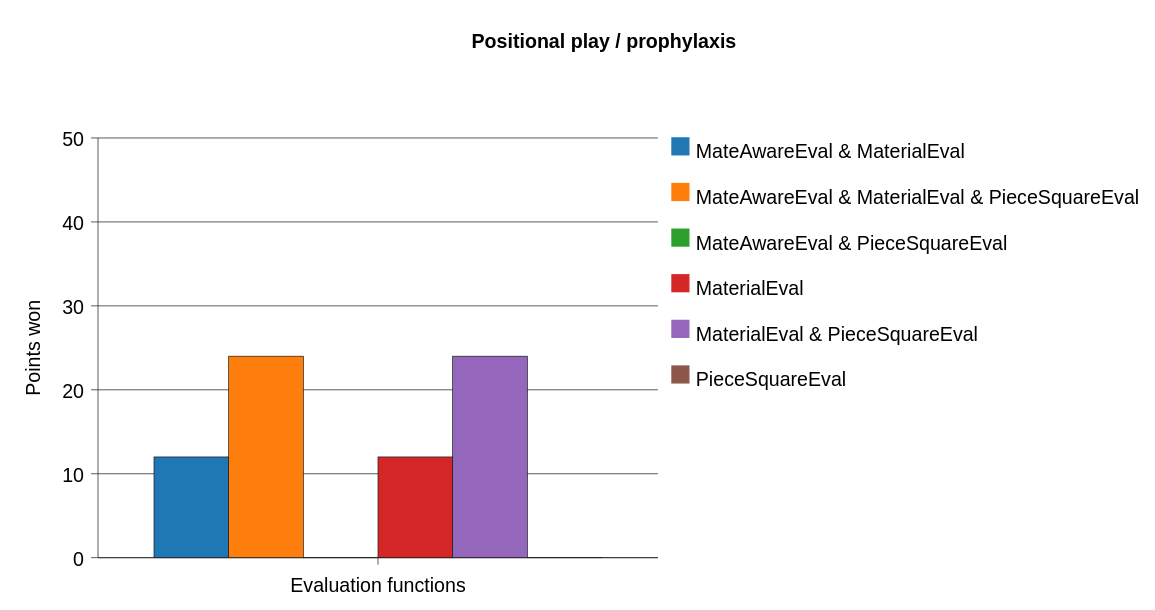
l2c0r3/blobfish keeps this PlantUML diagram as docs/evaluation/report/movequality/PositionalPlayProphylaxis.svg. Above is the earlier version.
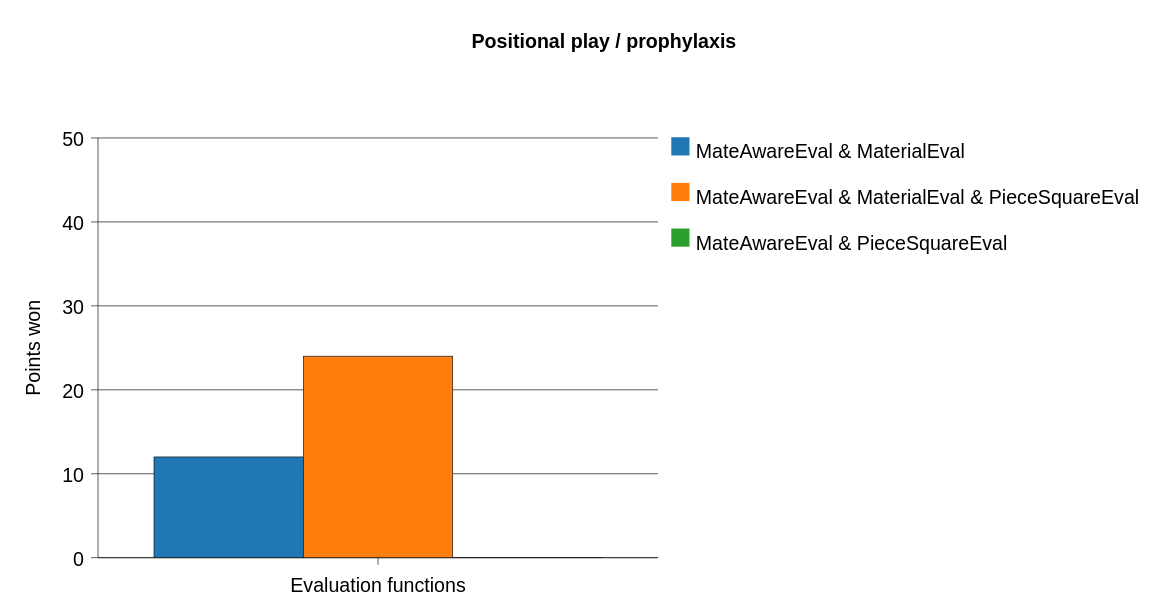
Later version of the same file.

Diff of the diagram source:
```diff
@@ -10,9 +10,6 @@
 bar "MateAwareEval & MaterialEval"[ 12.0 ] #1F77B4
 bar "MateAwareEval & MaterialEval & PieceSquareEval"[ 24.0 ] #FF7F0E
 bar "MateAwareEval & PieceSquareEval"[ 1.0E-5 ] #2CA02C
-bar "MaterialEval"[ 12.0 ] #D62728
-bar "MaterialEval & PieceSquareEval"[ 24.0 ] #9467BD
-bar "PieceSquareEval"[ 1.0E-5 ] #8C564B
 
 legend right
 @endchart
```
